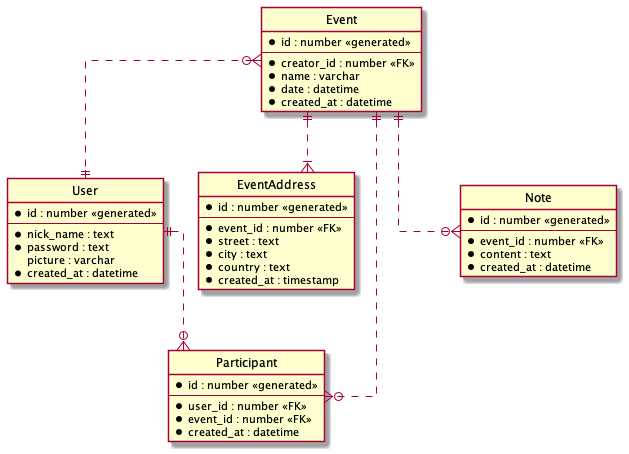
The PlantUML diagram diagrams/M33tings.png in samuelgocnik/M33tings, before a commit.
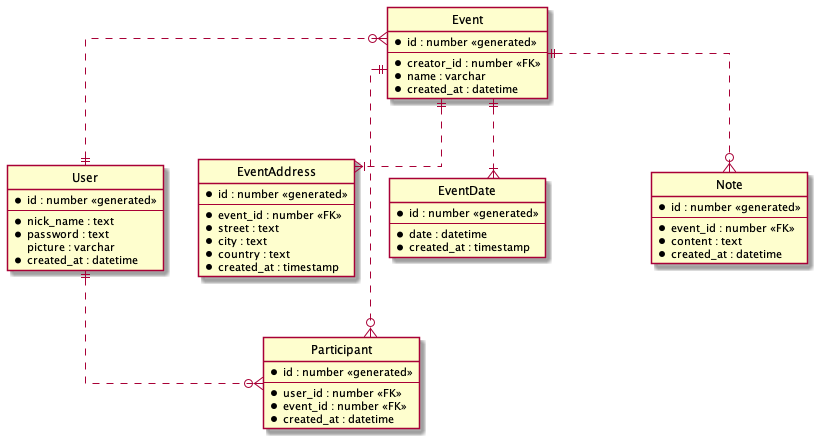
The same diagram one commit later.

The edit, as a diff of the source:
```diff
@@ -18,7 +18,6 @@
     --
     * creator_id : number <<FK>>
     * name : varchar
-    * date : datetime
     * created_at : datetime
 }
 
@@ -30,6 +29,13 @@
     *city : text
     *country : text
     *created_at : timestamp
+}
+
+entity EventDate {
+    * id : number <<generated>>
+    --
+    * date : datetime
+    * created_at : timestamp
 }
 
 entity Participant {
@@ -53,6 +59,7 @@
 
 Event }o..|| User
 Event ||..o{ Note
+Event ||..|{ EventDate
 Event ||..|{ EventAddress
 Event ||..o{ Participant
 User ||..o{ Participant
```
